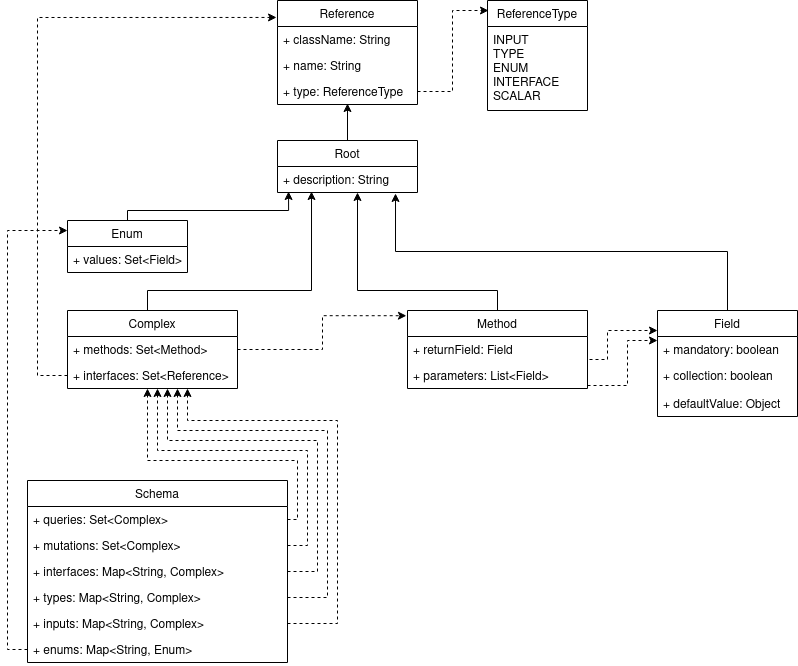
smallrye/smallrye-graphql keeps this draw.io diagram as schema-model/classdiagram.png. Above is the earlier version. Source tidied: cells renumbered, new cells last; positions are measured from the earlier drawing's top-left corner, leaving out a move shared by most shapes.
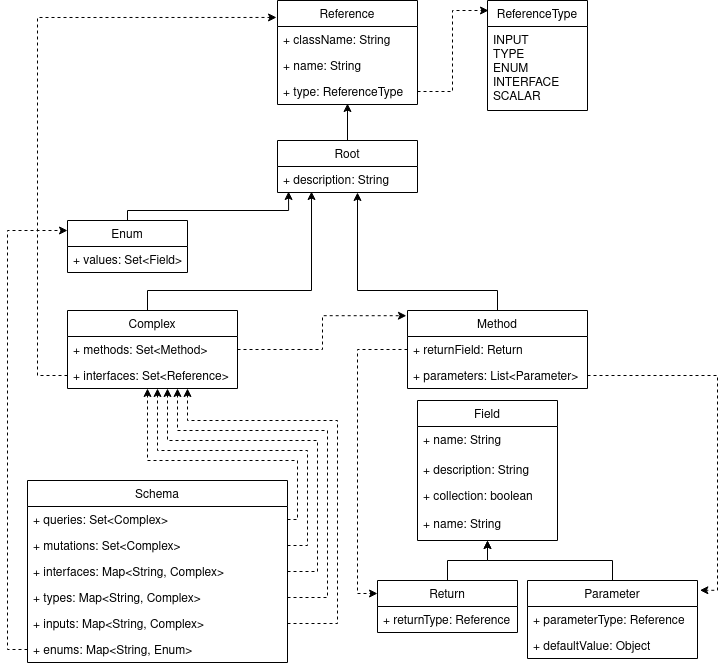
After the commit.

Change to the diagram source:
```diff
@@ -48,17 +48,14 @@
         </Array>
       </mxGeometry>
     </mxCell>
-    <mxCell id="9" style="edgeStyle=orthogonalEdgeStyle;rounded=0;jettySize=auto;html=1;exitX=1;exitY=0.5;exitDx=0;exitDy=0;dashed=1;" parent="1" edge="1" source="36" target="38">
+    <mxCell id="9" style="edgeStyle=orthogonalEdgeStyle;rounded=0;jettySize=auto;html=1;exitX=0;exitY=0.5;exitDx=0;exitDy=0;dashed=1;entryX=0;entryY=0.25;entryDx=0;entryDy=0;" parent="1" edge="1" source="36" target="47">
       <mxGeometry relative="1" as="geometry">
         <Array as="points">
-          <mxPoint x="600" y="359" />
-          <mxPoint x="600" y="330" />
+          <mxPoint x="350" y="349" />
+          <mxPoint x="350" y="593" />
         </Array>
       </mxGeometry>
     </mxCell>
-    <mxCell id="10" style="edgeStyle=orthogonalEdgeStyle;rounded=0;jettySize=auto;html=1;entryX=0.843;entryY=1.038;entryDx=0;entryDy=0;entryPerimeter=0;" parent="1" edge="1" source="38" target="25">
-      <mxGeometry relative="1" as="geometry" />
-    </mxCell>
     <mxCell id="11" style="edgeStyle=orthogonalEdgeStyle;rounded=0;jettySize=auto;html=1;dashed=1;" parent="1" edge="1" source="27" target="42">
       <mxGeometry relative="1" as="geometry">
         <Array as="points">
@@ -112,11 +109,11 @@
         </Array>
       </mxGeometry>
     </mxCell>
-    <mxCell id="17" style="edgeStyle=orthogonalEdgeStyle;rounded=0;jettySize=auto;html=1;dashed=1;" parent="1" edge="1" source="37" target="38">
+    <mxCell id="17" style="edgeStyle=orthogonalEdgeStyle;rounded=0;jettySize=auto;html=1;dashed=1;exitX=1;exitY=0.5;exitDx=0;exitDy=0;entryX=1.014;entryY=0.125;entryDx=0;entryDy=0;entryPerimeter=0;" parent="1" edge="1" source="37" target="50">
       <mxGeometry relative="1" as="geometry">
         <Array as="points">
-          <mxPoint x="620" y="385" />
-          <mxPoint x="620" y="340" />
+          <mxPoint x="710" y="375" />
+          <mxPoint x="710" y="590" />
         </Array>
       </mxGeometry>
     </mxCell>
@@ -174,24 +171,12 @@
     <mxCell id="35" value="Method" style="swimlane;fontStyle=0;horizontal=1;startSize=26;fillColor=none;" parent="1" vertex="1">
       <mxGeometry x="400" y="310" width="180" height="78" as="geometry" />
     </mxCell>
-    <mxCell id="36" value="+ returnField: Field" style="text;strokeColor=none;fillColor=none;align=left;verticalAlign=top;spacingLeft=4;spacingRight=4;overflow=hidden;points=[[0,0.5],[1,0.5]];portConstraint=eastwest;" parent="35" vertex="1">
+    <mxCell id="36" value="+ returnField: Return" style="text;strokeColor=none;fillColor=none;align=left;verticalAlign=top;spacingLeft=4;spacingRight=4;overflow=hidden;points=[[0,0.5],[1,0.5]];portConstraint=eastwest;" parent="35" vertex="1">
       <mxGeometry y="26" width="180" height="26" as="geometry" />
     </mxCell>
-    <mxCell id="37" value="+ parameters: List&lt;Field&gt;" style="text;strokeColor=none;fillColor=none;align=left;verticalAlign=top;spacingLeft=4;spacingRight=4;overflow=hidden;points=[[0,0.5],[1,0.5]];portConstraint=eastwest;" parent="35" vertex="1">
+    <mxCell id="37" value="+ parameters: List&lt;Parameter&gt;" style="text;strokeColor=none;fillColor=none;align=left;verticalAlign=top;spacingLeft=4;spacingRight=4;overflow=hidden;points=[[0,0.5],[1,0.5]];portConstraint=eastwest;" parent="35" vertex="1">
       <mxGeometry y="52" width="180" height="26" as="geometry" />
     </mxCell>
-    <mxCell id="38" value="Field" style="swimlane;fontStyle=0;horizontal=1;startSize=26;fillColor=none;" parent="1" vertex="1">
-      <mxGeometry x="650" y="310" width="140" height="106" as="geometry" />
-    </mxCell>
-    <mxCell id="39" value="+ mandatory: boolean" style="text;strokeColor=none;fillColor=none;align=left;verticalAlign=top;spacingLeft=4;spacingRight=4;overflow=hidden;" parent="38" vertex="1">
-      <mxGeometry y="26" width="140" height="26" as="geometry" />
-    </mxCell>
-    <mxCell id="40" value="+ collection: boolean" style="text;strokeColor=none;fillColor=none;align=left;verticalAlign=top;spacingLeft=4;spacingRight=4;overflow=hidden;" parent="38" vertex="1">
-      <mxGeometry y="52" width="140" height="28" as="geometry" />
-    </mxCell>
-    <mxCell id="41" value="+ defaultValue: Object" style="text;strokeColor=none;fillColor=none;align=left;verticalAlign=top;spacingLeft=4;spacingRight=4;overflow=hidden;" parent="38" vertex="1">
-      <mxGeometry y="80" width="140" height="26" as="geometry" />
-    </mxCell>
     <mxCell id="42" value="Complex" style="swimlane;fontStyle=0;horizontal=1;startSize=26;fillColor=none;" parent="1" vertex="1">
       <mxGeometry x="60" y="310" width="170" height="78" as="geometry" />
     </mxCell>
@@ -201,5 +186,41 @@
     <mxCell id="44" value="+ interfaces: Set&lt;Reference&gt;" style="text;strokeColor=none;fillColor=none;align=left;verticalAlign=top;spacingLeft=4;spacingRight=4;overflow=hidden;points=[[0,0.5],[1,0.5]];portConstraint=eastwest;" parent="42" vertex="1">
       <mxGeometry y="52" width="170" height="26" as="geometry" />
     </mxCell>
+    <mxCell id="38" value="Field" style="swimlane;fontStyle=0;horizontal=1;startSize=26;fillColor=none;" parent="1" vertex="1">
+      <mxGeometry x="410" y="400" width="140" height="140" as="geometry" />
+    </mxCell>
+    <mxCell id="41" value="+ name: String&#10;&#10;" style="text;strokeColor=none;fillColor=none;align=left;verticalAlign=top;spacingLeft=4;spacingRight=4;overflow=hidden;" parent="38" vertex="1">
+      <mxGeometry y="26" width="140" height="30" as="geometry" />
+    </mxCell>
+    <mxCell id="39" value="+ description: String" style="text;strokeColor=none;fillColor=none;align=left;verticalAlign=top;spacingLeft=4;spacingRight=4;overflow=hidden;" parent="38" vertex="1">
+      <mxGeometry y="56" width="140" height="26" as="geometry" />
+    </mxCell>
+    <mxCell id="40" value="+ collection: boolean" style="text;strokeColor=none;fillColor=none;align=left;verticalAlign=top;spacingLeft=4;spacingRight=4;overflow=hidden;" parent="38" vertex="1">
+      <mxGeometry y="82" width="140" height="28" as="geometry" />
+    </mxCell>
+    <mxCell id="45" value="+ name: String&#10;&#10;" style="text;strokeColor=none;fillColor=none;align=left;verticalAlign=top;spacingLeft=4;spacingRight=4;overflow=hidden;" parent="38" vertex="1">
+      <mxGeometry y="110" width="140" height="30" as="geometry" />
+    </mxCell>
+    <mxCell id="46" style="edgeStyle=orthogonalEdgeStyle;rounded=0;jettySize=auto;html=1;" parent="1" edge="1" source="47" target="38">
+      <mxGeometry relative="1" as="geometry" />
+    </mxCell>
+    <mxCell id="47" value="Return" style="swimlane;fontStyle=0;horizontal=1;startSize=26;fillColor=none;" parent="1" vertex="1">
+      <mxGeometry x="370" y="580" width="140" height="52" as="geometry" />
+    </mxCell>
+    <mxCell id="48" value="+ returnType: Reference" style="text;strokeColor=none;fillColor=none;align=left;verticalAlign=top;spacingLeft=4;spacingRight=4;overflow=hidden;" parent="47" vertex="1">
+      <mxGeometry y="26" width="140" height="26" as="geometry" />
+    </mxCell>
+    <mxCell id="49" style="edgeStyle=orthogonalEdgeStyle;rounded=0;jettySize=auto;html=1;" parent="1" edge="1" source="50" target="38">
+      <mxGeometry relative="1" as="geometry" />
+    </mxCell>
+    <mxCell id="50" value="Parameter" style="swimlane;fontStyle=0;horizontal=1;startSize=26;fillColor=none;" parent="1" vertex="1">
+      <mxGeometry x="520" y="580" width="170" height="78" as="geometry" />
+    </mxCell>
+    <mxCell id="51" value="+ parameterType: Reference" style="text;strokeColor=none;fillColor=none;align=left;verticalAlign=top;spacingLeft=4;spacingRight=4;overflow=hidden;" parent="50" vertex="1">
+      <mxGeometry y="26" width="170" height="26" as="geometry" />
+    </mxCell>
+    <mxCell id="52" value="+ defaultValue: Object" style="text;strokeColor=none;fillColor=none;align=left;verticalAlign=top;spacingLeft=4;spacingRight=4;overflow=hidden;" parent="50" vertex="1">
+      <mxGeometry y="52" width="170" height="26" as="geometry" />
+    </mxCell>
   </root>
 </mxGraphModel>
```
